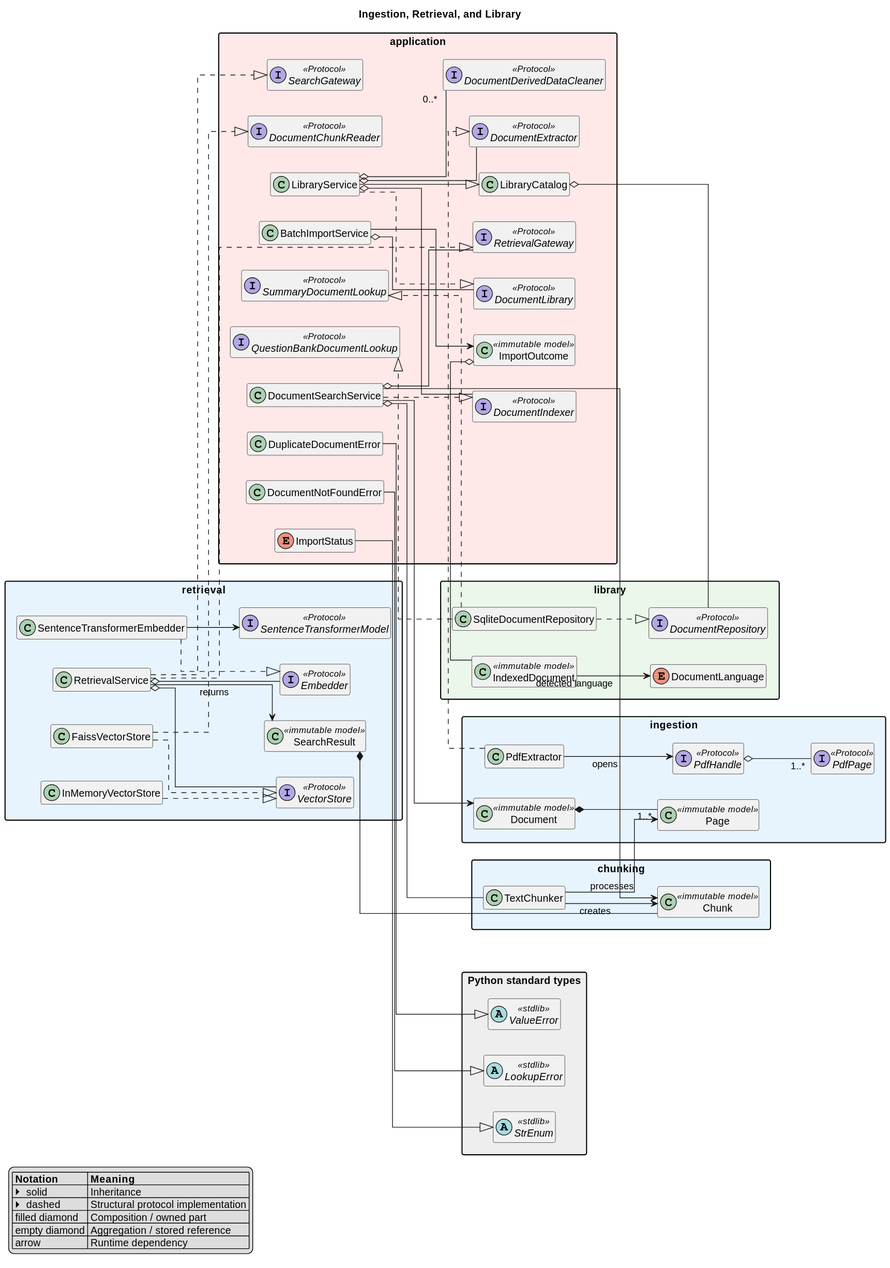
This is docs/diagrams/ingestion-retrieval-library.svg from ebe542/rag-learning-assistant, a PlantUML export, as it was before one commit.
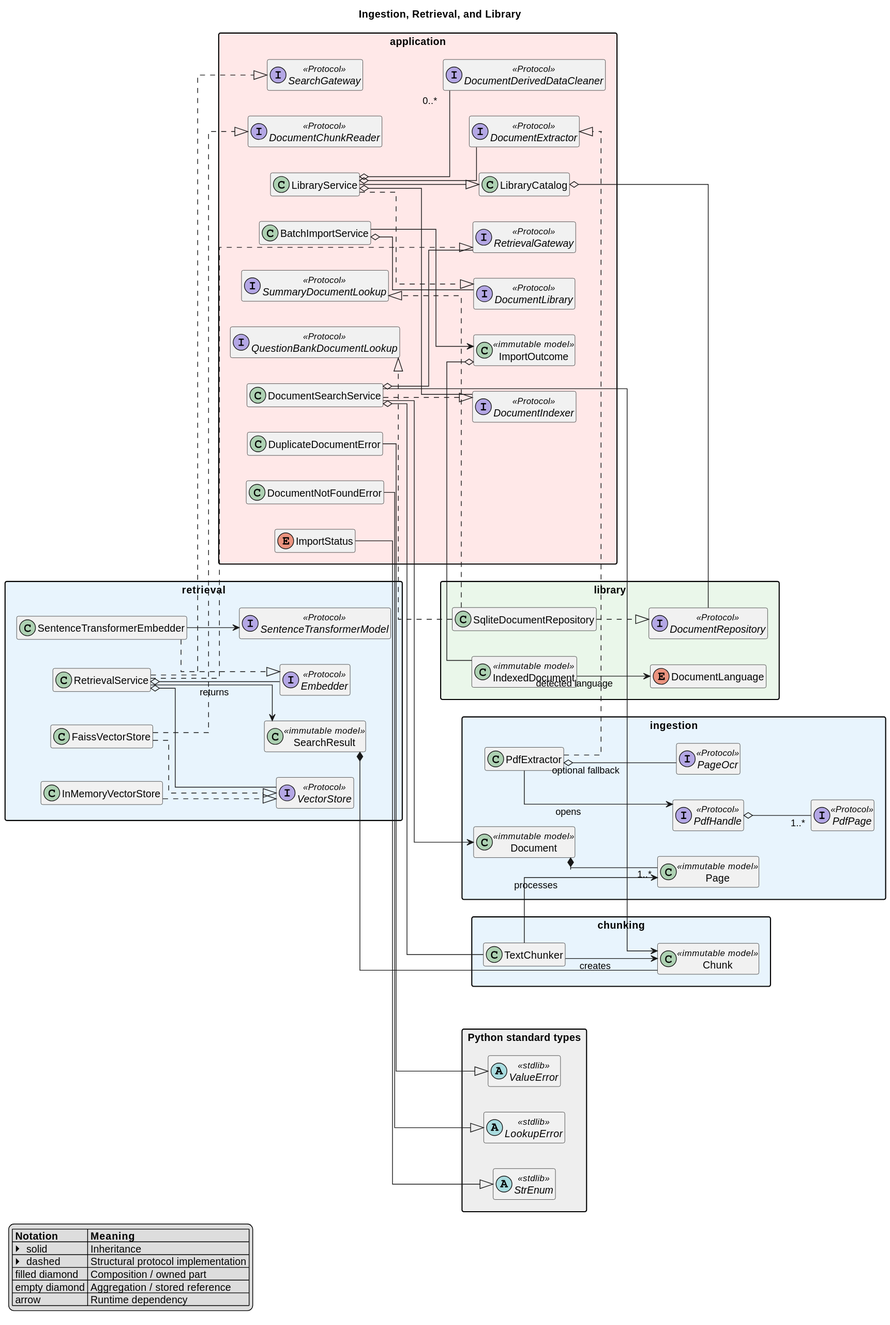
Later version of the same file.

Commit message:
feat(ingestion): add optional page OCR boundary

What changed in the source:
```diff
@@ -14,6 +14,7 @@
   class Document <<immutable model>>
   interface PdfPage <<Protocol>>
   interface PdfHandle <<Protocol>>
+  interface PageOcr <<Protocol>>
   class PdfExtractor
 }
 package "chunking" #E8F4FD {
@@ -61,6 +62,7 @@
 Document *-- "1..*" Page
 PdfHandle o-- "1..*" PdfPage
 PdfExtractor --> PdfHandle : opens
+PdfExtractor o-- PageOcr : optional fallback
 PdfExtractor ..|> DocumentExtractor
 TextChunker --> Page : processes
 TextChunker --> Chunk : creates
```
